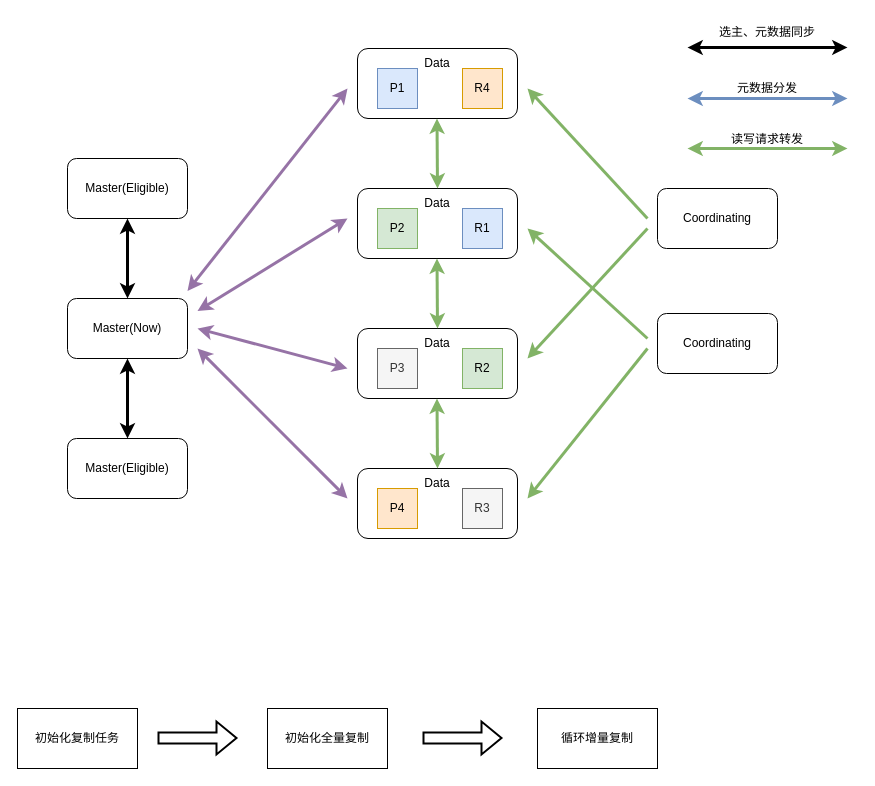
Earlier version of the draw.io diagram elasticsearch/cubefs/es_node.drawio (kingskipper/design). Source tidied: cells renumbered, new cells numbered last; positions are measured from the earlier drawing's top-left corner, leaving out a move shared by most shapes. Both pictures are drawn from the tidied source at 100%, with x=0, y=0 at pixel (17, 17).
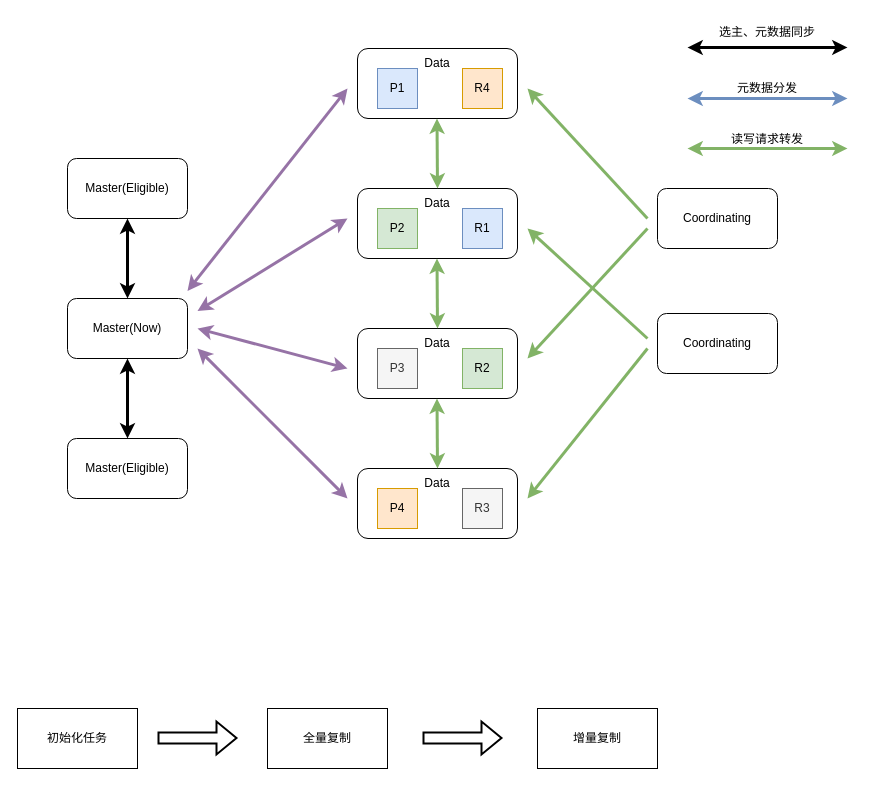
The same page after the edit.

What changed in the source:
```diff
@@
-    <mxCell id="42" value="初始化复制任务" style="rounded=0;whiteSpace=wrap;html=1;" parent="1" vertex="1">
+    <mxCell id="42" value="初始化任务" style="rounded=0;whiteSpace=wrap;html=1;" parent="1" vertex="1">
       <mxGeometry y="691" width="120" height="60" as="geometry" />
     </mxCell>
-    <mxCell id="43" value="初始化全量复制" style="rounded=0;whiteSpace=wrap;html=1;" parent="1" vertex="1">
+    <mxCell id="43" value="全量复制" style="rounded=0;whiteSpace=wrap;html=1;" parent="1" vertex="1">
       <mxGeometry x="250" y="691" width="120" height="60" as="geometry" />
     </mxCell>
-    <mxCell id="44" value="循环增量复制" style="rounded=0;whiteSpace=wrap;html=1;" parent="1" vertex="1">
+    <mxCell id="44" value="增量复制" style="rounded=0;whiteSpace=wrap;html=1;" parent="1" vertex="1">
       <mxGeometry x="520" y="691" width="120" height="60" as="geometry" />
     </mxCell>
```
